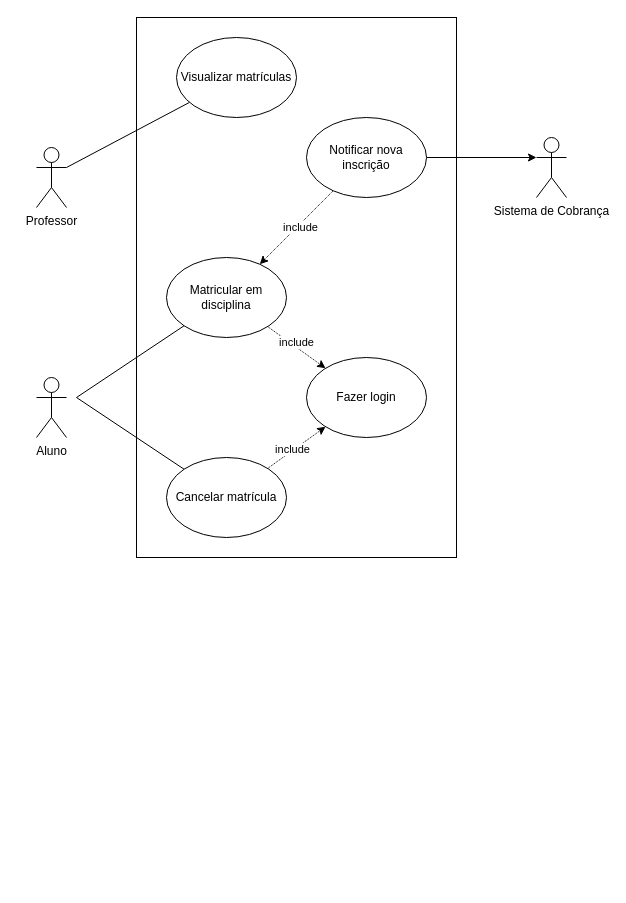
Suvacco/AGS keeps this draw.io diagram as projeto/diagrama_de_caso_de_uso/Diagrama de Caso de Uso.drawio. Above is the earlier version. Source tidied: cells renumbered, new cells numbered last; positions are measured from the earlier drawing's top-left corner, leaving out a move shared by most shapes. Both pictures are drawn from the tidied source at 100%, with x=0, y=0 at pixel (36, 17).
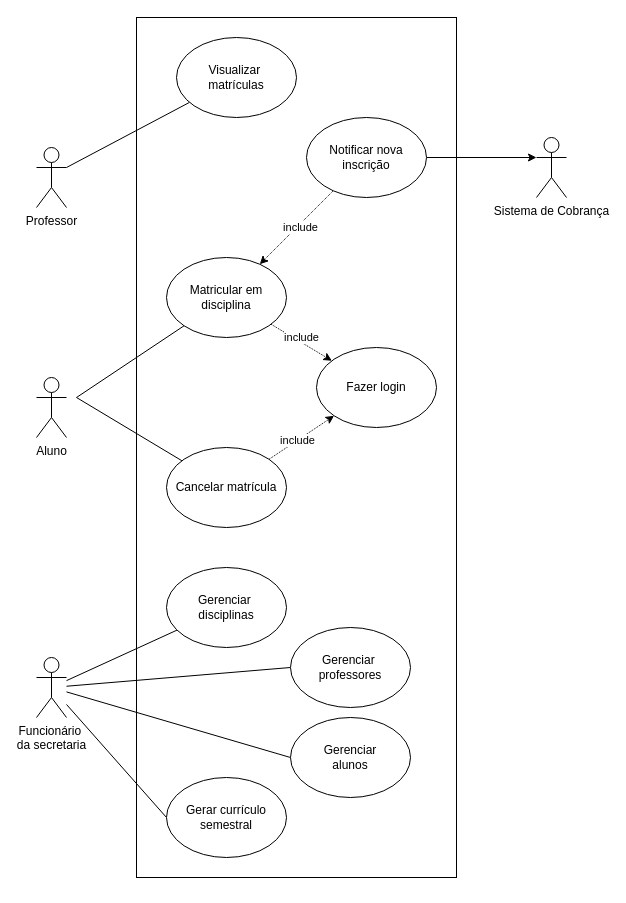
Above is the later version.

Commit message (it also covers changes not shown here):
Corrigido diagrama de caso de uso

Change to the diagram source:
```diff
@@
     <mxCell id="2" style="rounded=0;whiteSpace=wrap;html=1;fontFamily=Helvetica;" parent="1" vertex="1">
-      <mxGeometry x="100" width="320" height="540" as="geometry" />
+      <mxGeometry x="100" width="320" height="860" as="geometry" />
     </mxCell>
@@
     <mxCell id="13" value="Cancelar matrícula" style="ellipse;whiteSpace=wrap;html=1;fontFamily=Helvetica;" parent="1" vertex="1">
-      <mxGeometry x="130" y="440" width="120" height="80" as="geometry" />
+      <mxGeometry x="130" y="430" width="120" height="80" as="geometry" />
     </mxCell>
@@
     <mxCell id="17" value="Fazer login" style="ellipse;whiteSpace=wrap;html=1;fontFamily=Helvetica;" parent="1" vertex="1">
-      <mxGeometry x="270" y="340" width="120" height="80" as="geometry" />
+      <mxGeometry x="280" y="330" width="120" height="80" as="geometry" />
     </mxCell>
@@
-    <mxCell id="20" value="Visualizar matrículas" style="ellipse;whiteSpace=wrap;html=1;fontFamily=Helvetica;" parent="1" vertex="1">
+    <mxCell id="20" value="&lt;div&gt;Visualizar&amp;nbsp;&lt;/div&gt;&lt;div&gt;matrículas&lt;/div&gt;" style="ellipse;whiteSpace=wrap;html=1;fontFamily=Helvetica;" parent="1" vertex="1">
       <mxGeometry x="140" y="20" width="120" height="80" as="geometry" />
     </mxCell>
@@
+    <mxCell id="22" style="rounded=0;jettySize=auto;html=1;endArrow=none;endFill=0;" parent="1" edge="1" source="26" target="27">
+      <mxGeometry relative="1" as="geometry" />
+    </mxCell>
+    <mxCell id="23" style="rounded=0;jettySize=auto;html=1;entryX=0;entryY=0.5;entryDx=0;entryDy=0;startArrow=none;startFill=0;endArrow=none;endFill=0;" parent="1" edge="1" source="26" target="28">
+      <mxGeometry relative="1" as="geometry" />
+    </mxCell>
+    <mxCell id="24" style="rounded=0;jettySize=auto;html=1;entryX=0;entryY=0.5;entryDx=0;entryDy=0;endArrow=none;endFill=0;" parent="1" edge="1" source="26" target="29">
+      <mxGeometry relative="1" as="geometry" />
+    </mxCell>
+    <mxCell id="25" style="rounded=0;jettySize=auto;html=1;entryX=0;entryY=0.5;entryDx=0;entryDy=0;endArrow=none;endFill=0;" parent="1" edge="1" source="26" target="30">
+      <mxGeometry relative="1" as="geometry" />
+    </mxCell>
+    <mxCell id="26" value="&lt;div&gt;Funcionário&amp;nbsp;&lt;/div&gt;&lt;div&gt;da secretaria&lt;/div&gt;" style="shape=umlActor;verticalLabelPosition=bottom;verticalAlign=top;html=1;outlineConnect=0;" parent="1" vertex="1">
+      <mxGeometry y="640" width="30" height="60" as="geometry" />
+    </mxCell>
+    <mxCell id="27" value="&lt;div&gt;Gerenciar&amp;nbsp;&lt;/div&gt;&lt;div&gt;disciplinas&lt;/div&gt;" style="ellipse;whiteSpace=wrap;html=1;fontFamily=Helvetica;" parent="1" vertex="1">
+      <mxGeometry x="130" y="550" width="120" height="80" as="geometry" />
+    </mxCell>
+    <mxCell id="28" value="&lt;div&gt;Gerenciar&amp;nbsp;&lt;/div&gt;&lt;div&gt;professores&lt;/div&gt;" style="ellipse;whiteSpace=wrap;html=1;fontFamily=Helvetica;" parent="1" vertex="1">
+      <mxGeometry x="254" y="610" width="120" height="80" as="geometry" />
+    </mxCell>
+    <mxCell id="29" value="Gerar currículo semestral" style="ellipse;whiteSpace=wrap;html=1;fontFamily=Helvetica;" parent="1" vertex="1">
+      <mxGeometry x="130" y="760" width="120" height="80" as="geometry" />
+    </mxCell>
+    <mxCell id="30" value="&lt;div&gt;Gerenciar&lt;/div&gt;&lt;div&gt;alunos&lt;br&gt;&lt;/div&gt;" style="ellipse;whiteSpace=wrap;html=1;fontFamily=Helvetica;" parent="1" vertex="1">
+      <mxGeometry x="254" y="700" width="120" height="80" as="geometry" />
+    </mxCell>
```
